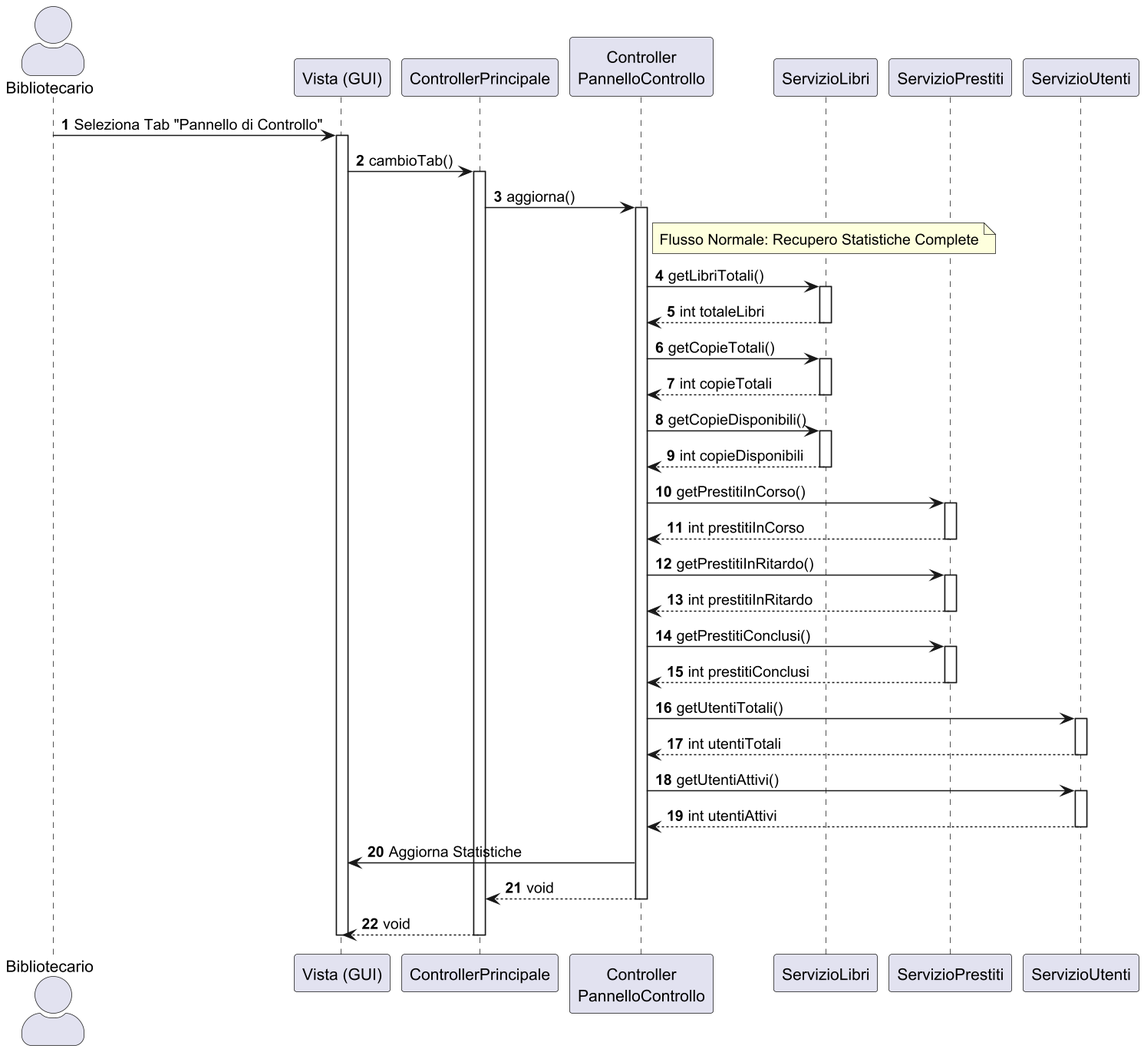
Earlier version of the PlantUML export docs/Design/Diagrammi di sequenza/UC1.png (digregoriomario/bibliosoft).
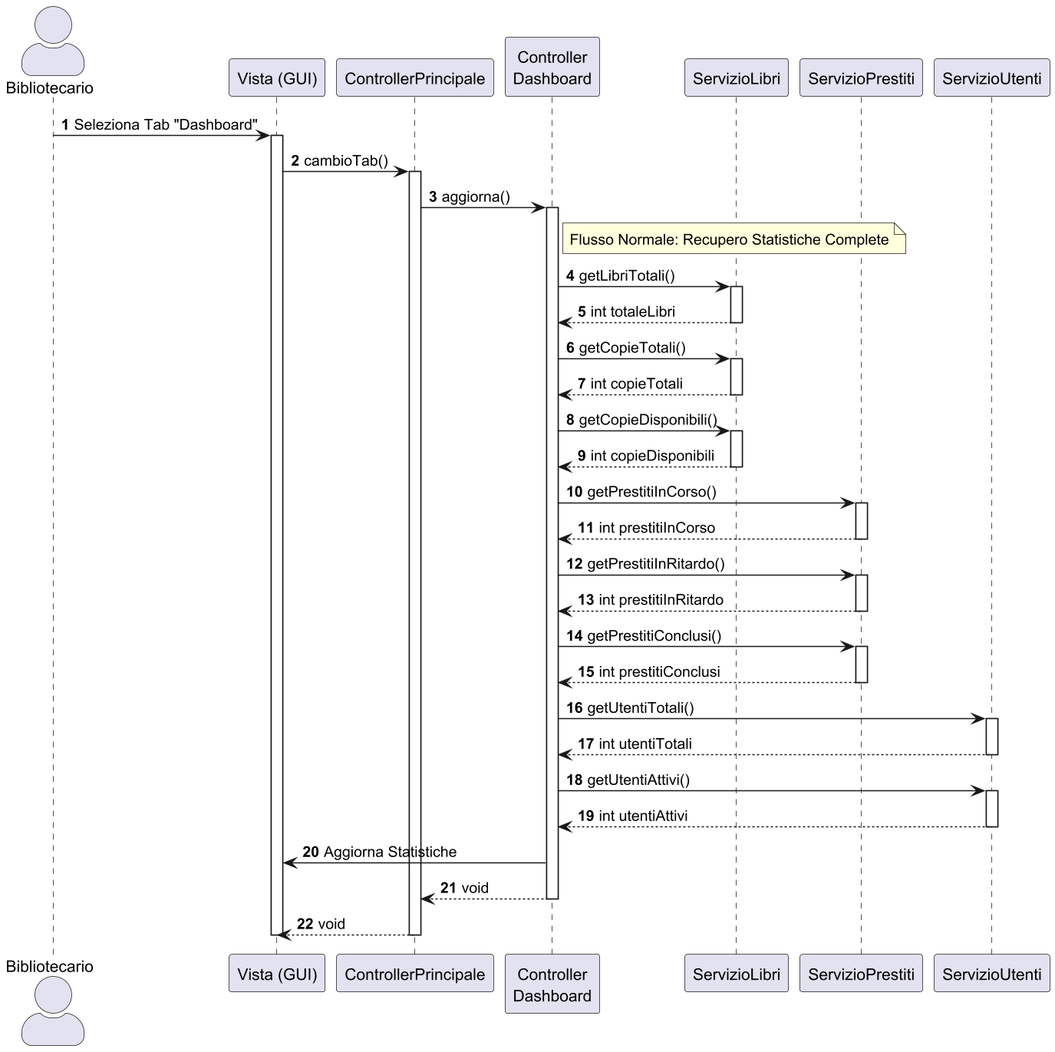
After the change.

Change to the diagram source:
```diff
@@ -6,67 +6,67 @@
 actor "Bibliotecario" as User
 participant "Vista (GUI)" as GUI
 participant "ControllerPrincipale" as CP
-participant "Controller\nPannelloControllo" as CPC
+participant "Controller\nDashboard" as CD
 participant "ServizioLibri" as SL
 participant "ServizioPrestiti" as SP
 participant "ServizioUtenti" as SU
 
 
-User -> GUI : Seleziona Tab "Pannello di Controllo"
+User -> GUI : Seleziona Tab "Dashboard"
 activate GUI
 
 GUI -> CP : cambioTab()
 activate CP
 
-    CP -> CPC : aggiorna()
-    activate CPC
+    CP -> CD : aggiorna()
+    activate CD
 
-    note right of CPC: Flusso Normale: Recupero Statistiche Complete
+    note right of CD: Flusso Normale: Recupero Statistiche Complete
 
-    CPC -> SL : getLibriTotali()
+    CD -> SL : getLibriTotali()
     activate SL
-    SL --> CPC : int totaleLibri
+    SL --> CD : int totaleLibri
     deactivate SL
 
-    CPC -> SL : getCopieTotali()
+    CD -> SL : getCopieTotali()
     activate SL
-    SL --> CPC : int copieTotali
+    SL --> CD : int copieTotali
     deactivate SL
 
-    CPC -> SL : getCopieDisponibili()
+    CD -> SL : getCopieDisponibili()
     activate SL
-    SL --> CPC : int copieDisponibili
+    SL --> CD : int copieDisponibili
     deactivate SL
 
-    CPC -> SP : getPrestitiInCorso()
+    CD -> SP : getPrestitiInCorso()
     activate SP
-    SP --> CPC : int prestitiInCorso
+    SP --> CD : int prestitiInCorso
     deactivate SP
 
-    CPC -> SP : getPrestitiInRitardo()
+    CD -> SP : getPrestitiInRitardo()
     activate SP
-    SP --> CPC : int prestitiInRitardo
+    SP --> CD : int prestitiInRitardo
     deactivate SP
 
-    CPC -> SP : getPrestitiConclusi()
+    CD -> SP : getPrestitiConclusi()
     activate SP
-    SP --> CPC : int prestitiConclusi
+    SP --> CD : int prestitiConclusi
     deactivate SP
 
-    CPC -> SU : getUtentiTotali()
+    CD -> SU : getUtentiTotali()
     activate SU
-    SU --> CPC : int utentiTotali
+    SU --> CD : int utentiTotali
     deactivate SU
 
-    CPC -> SU : getUtentiAttivi()
+    CD -> SU : getUtentiAttivi()
     activate SU
-    SU --> CPC : int utentiAttivi
+    SU --> CD : int utentiAttivi
     deactivate SU
 
-    CPC -> GUI : Aggiorna Statistiche
+    CD -> GUI : Aggiorna Statistiche
 
-    CPC --> CP : void
-    deactivate CPC
+    CD --> CP : void
+    deactivate CD
 
 CP --> GUI : void
 deactivate CP
```
